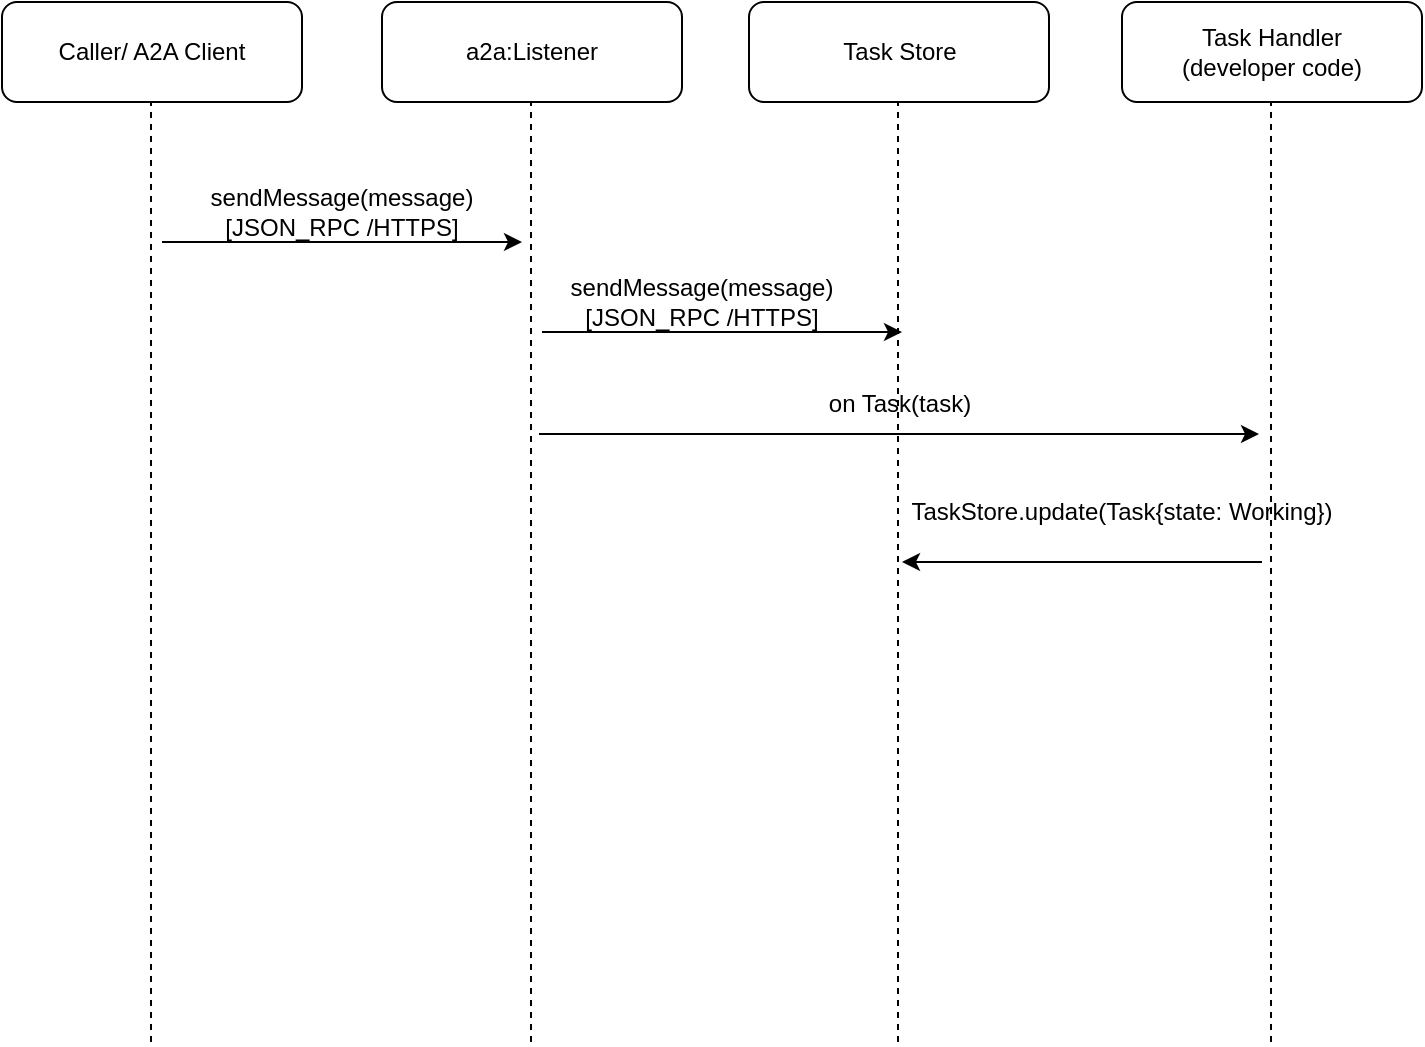
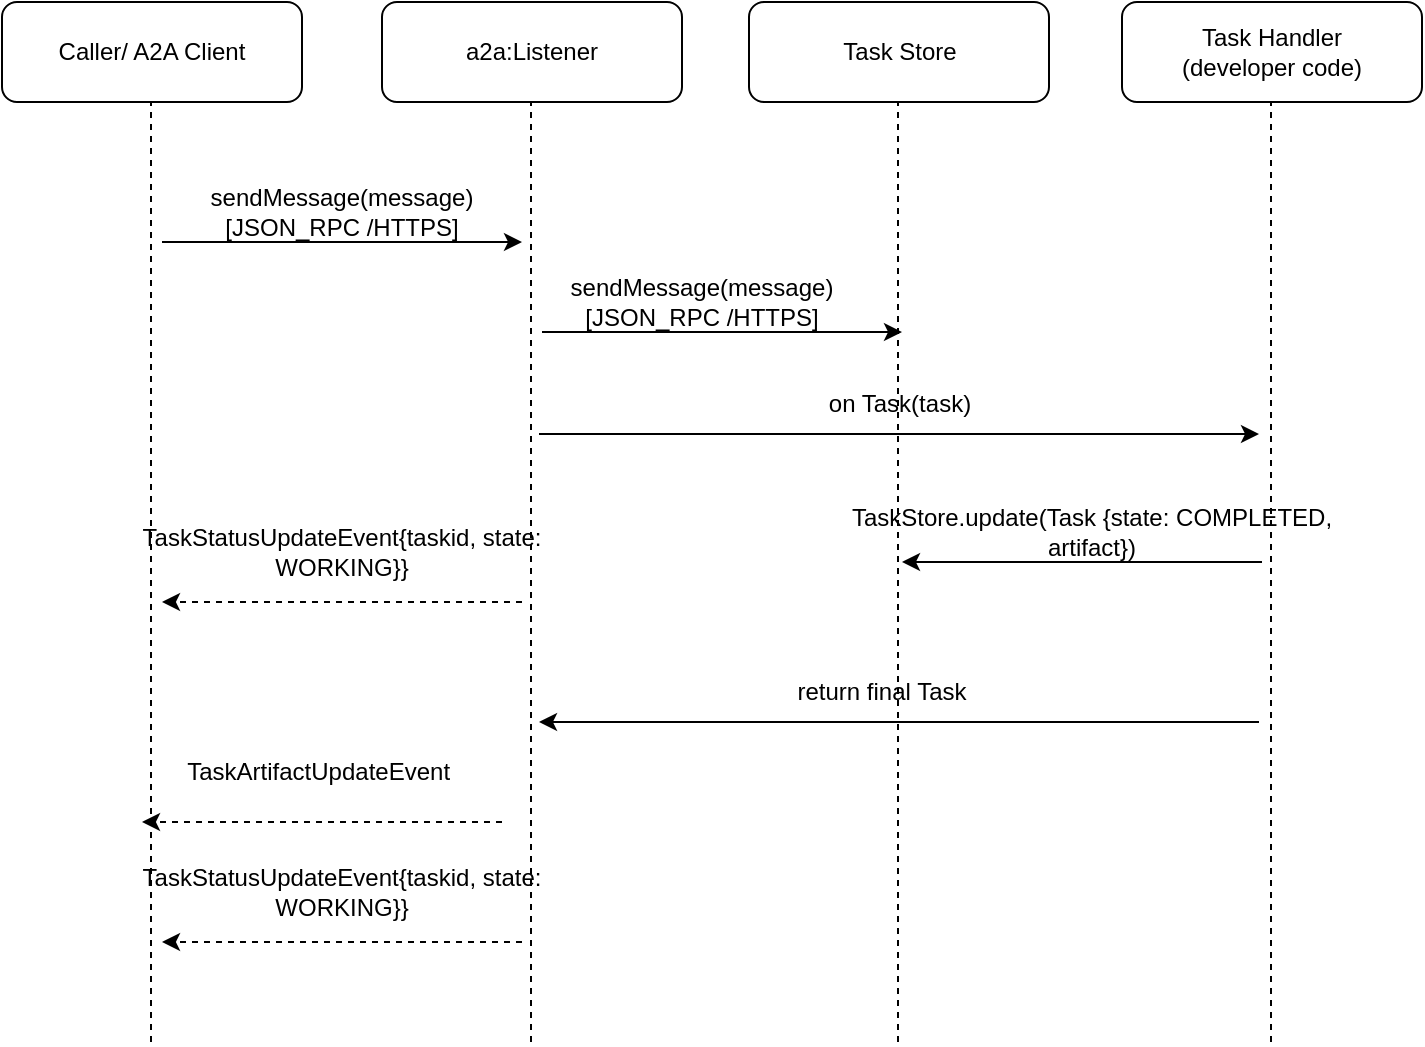
<mxfile host="app.diagrams.net">
  <diagram name="Page-1" id="ZPNNxD_8xx_dK13QvzwB">
    <mxGraphModel dx="1094" dy="555" grid="1" gridSize="10" guides="1" tooltips="1" connect="1" arrows="1" fold="1" page="1" pageScale="1" pageWidth="827" pageHeight="1169" math="0" shadow="0">
      <root>
        <mxCell id="0" />
        <mxCell id="1" parent="0" />
        <mxCell id="KyBT1ujf4ODolMfsrgNy-1" parent="1" style="rounded=1;whiteSpace=wrap;html=1;" value="Caller/ A2A Client" vertex="1">
          <mxGeometry height="50" width="150" x="40" y="30" as="geometry" />
        </mxCell>
        <mxCell id="fuX-3ZszXKkBneVyICno-1" parent="1" style="rounded=1;whiteSpace=wrap;html=1;" value="Task Handler&lt;div&gt;(developer code)&lt;/div&gt;" vertex="1">
          <mxGeometry height="50" width="150" x="600" y="30" as="geometry" />
        </mxCell>
        <mxCell id="fuX-3ZszXKkBneVyICno-2" parent="1" style="rounded=1;whiteSpace=wrap;html=1;" value="Task Store" vertex="1">
          <mxGeometry height="50" width="150" x="413.5" y="30" as="geometry" />
        </mxCell>
        <mxCell id="fuX-3ZszXKkBneVyICno-3" parent="1" style="rounded=1;whiteSpace=wrap;html=1;" value="a2a:Listener" vertex="1">
          <mxGeometry height="50" width="150" x="230" y="30" as="geometry" />
        </mxCell>
        <mxCell id="fuX-3ZszXKkBneVyICno-5" edge="1" parent="1" style="endArrow=none;dashed=1;html=1;rounded=0;" value="">
          <mxGeometry height="50" relative="1" width="50" as="geometry">
            <mxPoint x="114.5" y="550" as="sourcePoint" />
            <mxPoint x="114.5" y="80" as="targetPoint" />
          </mxGeometry>
        </mxCell>
        <mxCell id="fuX-3ZszXKkBneVyICno-6" edge="1" parent="1" style="endArrow=none;dashed=1;html=1;rounded=0;" value="">
          <mxGeometry height="50" relative="1" width="50" as="geometry">
            <mxPoint x="304.5" y="550" as="sourcePoint" />
            <mxPoint x="304.5" y="80" as="targetPoint" />
          </mxGeometry>
        </mxCell>
        <mxCell id="fuX-3ZszXKkBneVyICno-7" edge="1" parent="1" style="endArrow=none;dashed=1;html=1;rounded=0;" value="">
          <mxGeometry height="50" relative="1" width="50" as="geometry">
            <mxPoint x="488" y="550" as="sourcePoint" />
            <mxPoint x="488" y="80" as="targetPoint" />
          </mxGeometry>
        </mxCell>
        <mxCell id="fuX-3ZszXKkBneVyICno-8" edge="1" parent="1" style="endArrow=none;dashed=1;html=1;rounded=0;" value="">
          <mxGeometry height="50" relative="1" width="50" as="geometry">
            <mxPoint x="674.5" y="550" as="sourcePoint" />
            <mxPoint x="674.5" y="80" as="targetPoint" />
          </mxGeometry>
        </mxCell>
        <mxCell id="fuX-3ZszXKkBneVyICno-9" edge="1" parent="1" style="endArrow=classic;html=1;rounded=0;" value="">
          <mxGeometry height="50" relative="1" width="50" as="geometry">
            <mxPoint x="310" y="195" as="sourcePoint" />
            <mxPoint x="490" y="195" as="targetPoint" />
          </mxGeometry>
        </mxCell>
        <mxCell id="fuX-3ZszXKkBneVyICno-10" edge="1" parent="1" style="endArrow=classic;html=1;rounded=0;" value="">
          <mxGeometry height="50" relative="1" width="50" as="geometry">
            <mxPoint x="120" y="150" as="sourcePoint" />
            <mxPoint x="300" y="150" as="targetPoint" />
          </mxGeometry>
        </mxCell>
        <mxCell id="fuX-3ZszXKkBneVyICno-11" parent="1" style="text;html=1;whiteSpace=wrap;strokeColor=none;fillColor=none;align=center;verticalAlign=middle;rounded=0;" value="sendMessage(message) [JSON_RPC /HTTPS]" vertex="1">
          <mxGeometry height="30" width="180" x="120" y="120" as="geometry" />
        </mxCell>
        <mxCell id="fuX-3ZszXKkBneVyICno-12" parent="1" style="text;html=1;whiteSpace=wrap;strokeColor=none;fillColor=none;align=center;verticalAlign=middle;rounded=0;" value="sendMessage(message) [JSON_RPC /HTTPS]" vertex="1">
          <mxGeometry height="30" width="180" x="300" y="165" as="geometry" />
        </mxCell>
        <mxCell id="fuX-3ZszXKkBneVyICno-13" edge="1" parent="1" style="endArrow=classic;html=1;rounded=0;" value="">
          <mxGeometry height="50" relative="1" width="50" as="geometry">
            <mxPoint x="308.5" y="246" as="sourcePoint" />
            <mxPoint x="668.5" y="246" as="targetPoint" />
          </mxGeometry>
        </mxCell>
        <mxCell id="fuX-3ZszXKkBneVyICno-14" parent="1" style="text;html=1;whiteSpace=wrap;strokeColor=none;fillColor=none;align=center;verticalAlign=middle;rounded=0;" value="on Task(task)" vertex="1">
          <mxGeometry height="30" width="180" x="398.5" y="216" as="geometry" />
        </mxCell>
        <mxCell id="fuX-3ZszXKkBneVyICno-16" edge="1" parent="1" style="endArrow=classic;html=1;rounded=0;" value="">
          <mxGeometry height="50" relative="1" width="50" as="geometry">
            <mxPoint x="670" y="310" as="sourcePoint" />
            <mxPoint x="490" y="310" as="targetPoint" />
          </mxGeometry>
        </mxCell>
-         <mxCell id="fuX-3ZszXKkBneVyICno-17" parent="1" style="text;html=1;whiteSpace=wrap;strokeColor=none;fillColor=none;align=center;verticalAlign=middle;rounded=0;" value="TaskStore.update(Task{state: Working})" vertex="1">
-           <mxGeometry height="30" width="240" x="480" y="270" as="geometry" />
+         <mxCell id="fuX-3ZszXKkBneVyICno-17" parent="1" style="text;html=1;whiteSpace=wrap;strokeColor=none;fillColor=none;align=center;verticalAlign=middle;rounded=0;" value="TaskStore.update(Task {state: COMPLETED, artifact})" vertex="1">
+           <mxGeometry height="30" width="270" x="450" y="280" as="geometry" />
+         </mxCell>
+         <mxCell id="fuX-3ZszXKkBneVyICno-18" edge="1" parent="1" style="endArrow=classic;html=1;rounded=0;dashed=1;" value="">
+           <mxGeometry height="50" relative="1" width="50" as="geometry">
+             <mxPoint x="300" y="330" as="sourcePoint" />
+             <mxPoint x="120" y="330" as="targetPoint" />
+           </mxGeometry>
+         </mxCell>
+         <mxCell id="fuX-3ZszXKkBneVyICno-19" parent="1" style="text;html=1;whiteSpace=wrap;strokeColor=none;fillColor=none;align=center;verticalAlign=middle;rounded=0;" value="TaskStatusUpdateEvent{taskid, state: WORKING}}" vertex="1">
+           <mxGeometry height="30" width="240" x="90" y="290" as="geometry" />
+         </mxCell>
+         <mxCell id="fuX-3ZszXKkBneVyICno-20" edge="1" parent="1" style="endArrow=classic;html=1;rounded=0;" value="">
+           <mxGeometry height="50" relative="1" width="50" as="geometry">
+             <mxPoint x="668.5" y="390" as="sourcePoint" />
+             <mxPoint x="308.5" y="390" as="targetPoint" />
+           </mxGeometry>
+         </mxCell>
+         <mxCell id="fuX-3ZszXKkBneVyICno-21" parent="1" style="text;html=1;whiteSpace=wrap;strokeColor=none;fillColor=none;align=center;verticalAlign=middle;rounded=0;" value="return final Task" vertex="1">
+           <mxGeometry height="30" width="180" x="390" y="360" as="geometry" />
+         </mxCell>
+         <mxCell id="fuX-3ZszXKkBneVyICno-22" edge="1" parent="1" style="endArrow=classic;html=1;rounded=0;dashed=1;" value="">
+           <mxGeometry height="50" relative="1" width="50" as="geometry">
+             <mxPoint x="290" y="440" as="sourcePoint" />
+             <mxPoint x="110" y="440" as="targetPoint" />
+           </mxGeometry>
+         </mxCell>
+         <mxCell id="fuX-3ZszXKkBneVyICno-23" parent="1" style="text;html=1;whiteSpace=wrap;strokeColor=none;fillColor=none;align=center;verticalAlign=middle;rounded=0;" value="TaskArtifactUpdateEvent&amp;nbsp;" vertex="1">
+           <mxGeometry height="30" width="240" x="80" y="400" as="geometry" />
+         </mxCell>
+         <mxCell id="fuX-3ZszXKkBneVyICno-24" edge="1" parent="1" style="endArrow=classic;html=1;rounded=0;dashed=1;" value="">
+           <mxGeometry height="50" relative="1" width="50" as="geometry">
+             <mxPoint x="300" y="500" as="sourcePoint" />
+             <mxPoint x="120" y="500" as="targetPoint" />
+           </mxGeometry>
+         </mxCell>
+         <mxCell id="fuX-3ZszXKkBneVyICno-25" parent="1" style="text;html=1;whiteSpace=wrap;strokeColor=none;fillColor=none;align=center;verticalAlign=middle;rounded=0;" value="TaskStatusUpdateEvent{taskid, state: WORKING}}" vertex="1">
+           <mxGeometry height="30" width="240" x="90" y="460" as="geometry" />
        </mxCell>
      </root>
    </mxGraphModel>
  </diagram>
</mxfile>
